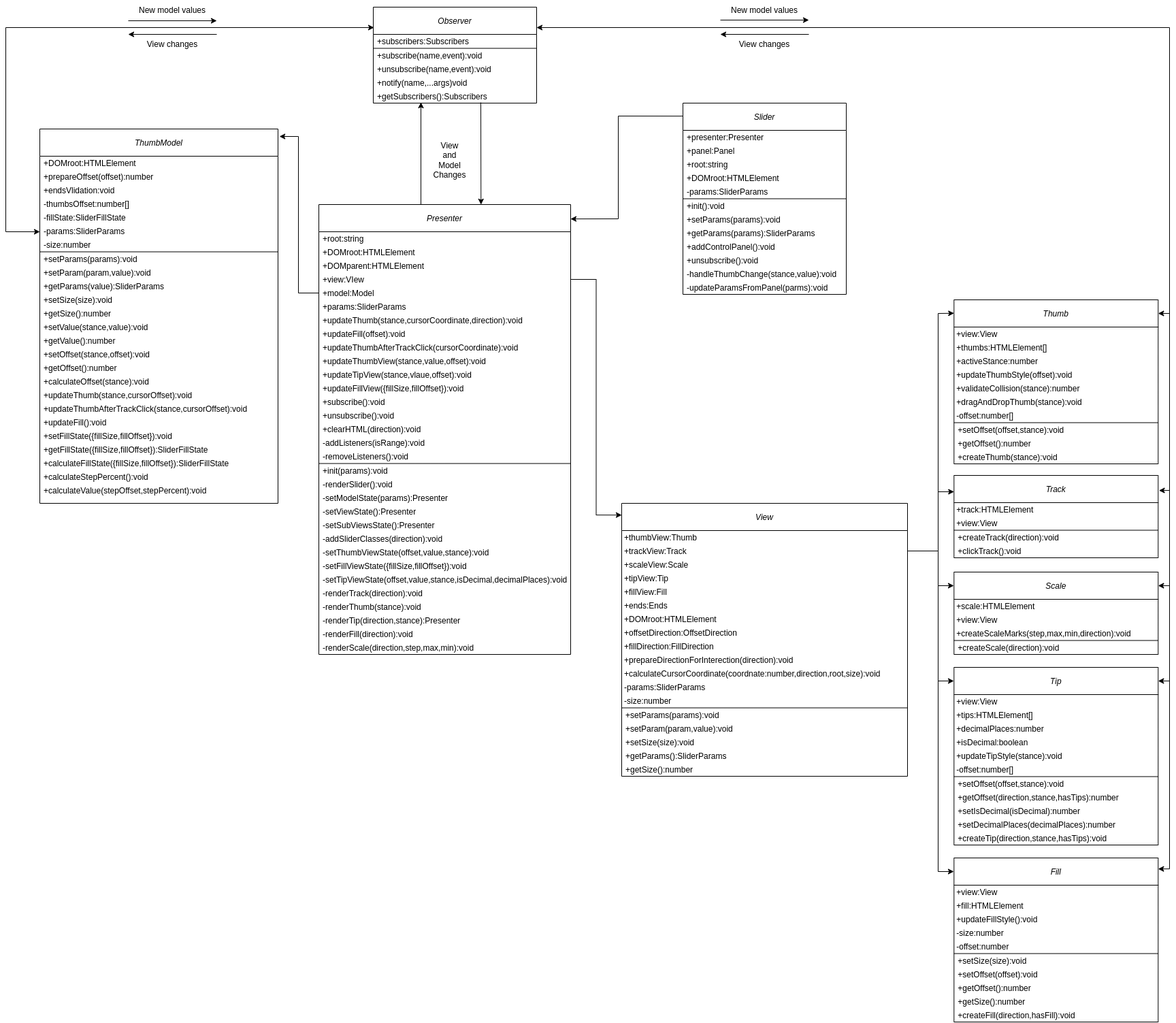
barghest0/slider-plugin keeps this draw.io diagram as uml.png. Above is the earlier version. Source tidied: cells renumbered, new cells last; positions are measured from the earlier drawing's top-left corner, leaving out a move shared by most shapes.
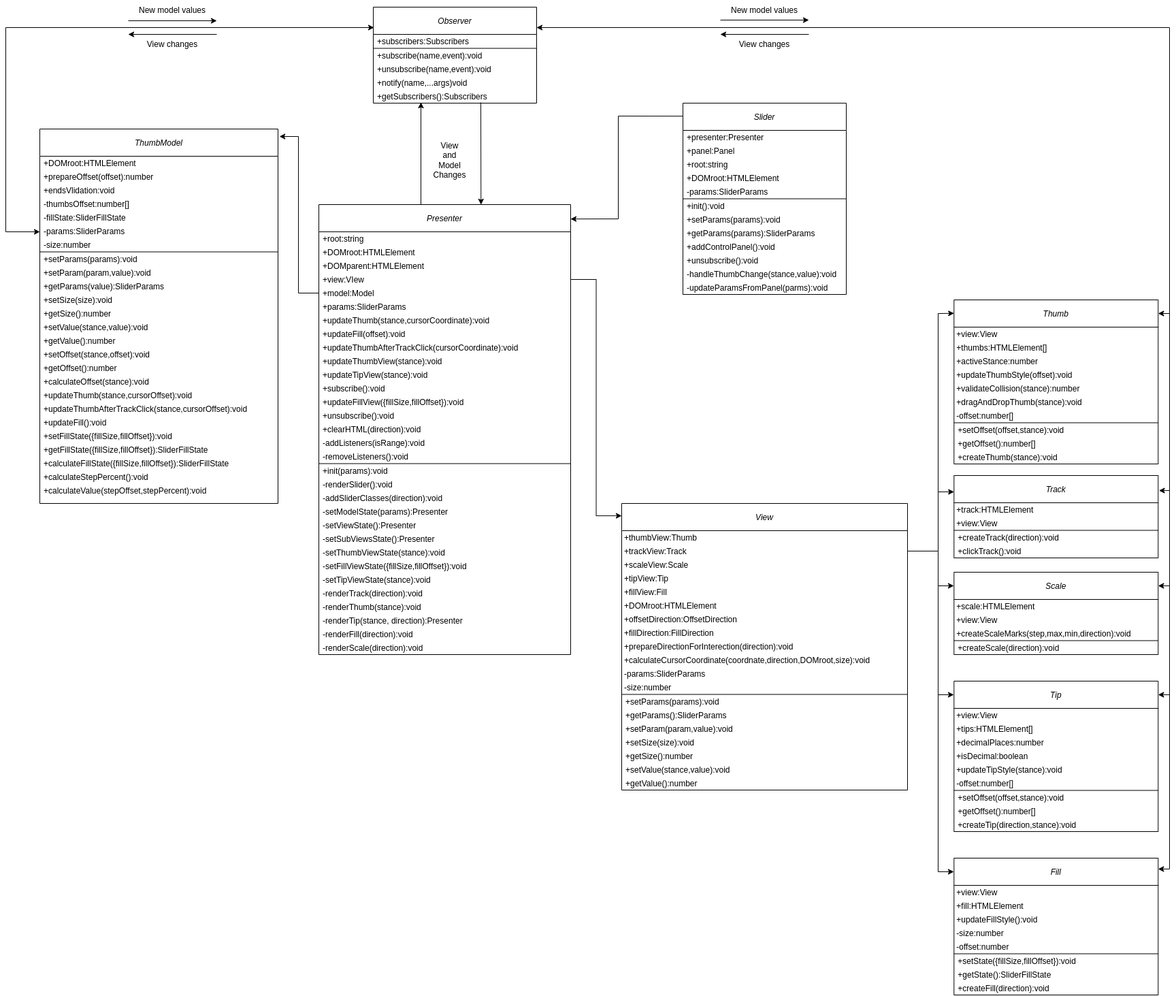
After the commit.

The edit, as a diff of the source:
```diff
@@ -25,3 +25,3 @@
     </mxCell>
-    <mxCell id="9" value="+updateThumb(stance,cursorCoordinate,direction):void" style="text;align=left;verticalAlign=middle;spacingLeft=4;spacingRight=4;overflow=hidden;rounded=0;shadow=0;html=0;" parent="2" vertex="1">
+    <mxCell id="9" value="+updateThumb(stance,cursorCoordinate):void" style="text;align=left;verticalAlign=middle;spacingLeft=4;spacingRight=4;overflow=hidden;rounded=0;shadow=0;html=0;" parent="2" vertex="1">
       <mxGeometry y="160" width="370" height="20" as="geometry" />
@@ -34,14 +34,14 @@
     </mxCell>
-    <mxCell id="12" value="+updateThumbView(stance,value,offset):void" style="text;align=left;verticalAlign=middle;spacingLeft=4;spacingRight=4;overflow=hidden;rounded=0;shadow=0;html=0;" parent="2" vertex="1">
+    <mxCell id="12" value="+updateThumbView(stance):void" style="text;align=left;verticalAlign=middle;spacingLeft=4;spacingRight=4;overflow=hidden;rounded=0;shadow=0;html=0;" parent="2" vertex="1">
       <mxGeometry y="220" width="370" height="20" as="geometry" />
     </mxCell>
-    <mxCell id="13" value="+updateTipView(stance,vlaue,offset):void" style="text;align=left;verticalAlign=middle;spacingLeft=4;spacingRight=4;overflow=hidden;rounded=0;shadow=0;html=0;" parent="2" vertex="1">
+    <mxCell id="13" value="+updateTipView(stance):void" style="text;align=left;verticalAlign=middle;spacingLeft=4;spacingRight=4;overflow=hidden;rounded=0;shadow=0;html=0;" parent="2" vertex="1">
       <mxGeometry y="240" width="370" height="20" as="geometry" />
     </mxCell>
+    <mxCell id="15" value="+subscribe():void" style="text;align=left;verticalAlign=middle;spacingLeft=4;spacingRight=4;overflow=hidden;rounded=0;shadow=0;html=0;" parent="2" vertex="1">
+      <mxGeometry y="260" width="370" height="20" as="geometry" />
+    </mxCell>
     <mxCell id="14" value="+updateFillView({fillSize,fillOffset}):void" style="text;align=left;verticalAlign=middle;spacingLeft=4;spacingRight=4;overflow=hidden;rounded=0;shadow=0;html=0;" parent="2" vertex="1">
-      <mxGeometry y="260" width="370" height="20" as="geometry" />
+      <mxGeometry y="280" width="370" height="20" as="geometry" />
     </mxCell>
-    <mxCell id="15" value="+subscribe():void" style="text;align=left;verticalAlign=middle;spacingLeft=4;spacingRight=4;overflow=hidden;rounded=0;shadow=0;html=0;" parent="2" vertex="1">
-      <mxGeometry y="280" width="370" height="20" as="geometry" />
-    </mxCell>
     <mxCell id="16" value="+unsubscribe():void" style="text;align=left;verticalAlign=middle;spacingLeft=4;spacingRight=4;overflow=hidden;rounded=0;shadow=0;html=0;" parent="2" vertex="1">
@@ -67,15 +67,15 @@
     </mxCell>
+    <mxCell id="26" value="-addSliderClasses(direction):void" style="text;align=left;verticalAlign=middle;spacingLeft=4;spacingRight=4;overflow=hidden;" parent="2" vertex="1">
+      <mxGeometry y="421" width="370" height="20" as="geometry" />
+    </mxCell>
     <mxCell id="23" value="-setModelState(params):Presenter" style="text;align=left;verticalAlign=middle;spacingLeft=4;spacingRight=4;overflow=hidden;" parent="2" vertex="1">
-      <mxGeometry y="421" width="370" height="20" as="geometry" />
+      <mxGeometry y="441" width="370" height="20" as="geometry" />
     </mxCell>
     <mxCell id="24" value="-setViewState():Presenter" style="text;align=left;verticalAlign=middle;spacingLeft=4;spacingRight=4;overflow=hidden;" parent="2" vertex="1">
-      <mxGeometry y="441" width="370" height="20" as="geometry" />
+      <mxGeometry y="461" width="370" height="20" as="geometry" />
     </mxCell>
     <mxCell id="25" value="-setSubViewsState():Presenter" style="text;align=left;verticalAlign=middle;spacingLeft=4;spacingRight=4;overflow=hidden;" parent="2" vertex="1">
-      <mxGeometry y="461" width="370" height="20" as="geometry" />
+      <mxGeometry y="481" width="370" height="20" as="geometry" />
     </mxCell>
-    <mxCell id="26" value="-addSliderClasses(direction):void" style="text;align=left;verticalAlign=middle;spacingLeft=4;spacingRight=4;overflow=hidden;" parent="2" vertex="1">
-      <mxGeometry y="481" width="370" height="20" as="geometry" />
-    </mxCell>
-    <mxCell id="27" value="-setThumbViewState(offset,value,stance):void" style="text;align=left;verticalAlign=middle;spacingLeft=4;spacingRight=4;overflow=hidden;" parent="2" vertex="1">
+    <mxCell id="27" value="-setThumbViewState(stance):void" style="text;align=left;verticalAlign=middle;spacingLeft=4;spacingRight=4;overflow=hidden;" parent="2" vertex="1">
       <mxGeometry y="501" width="370" height="20" as="geometry" />
@@ -85,3 +85,3 @@
     </mxCell>
-    <mxCell id="29" value="-setTipViewState(offset,value,stance,isDecimal,decimalPlaces):void" style="text;align=left;verticalAlign=middle;spacingLeft=4;spacingRight=4;overflow=hidden;" parent="2" vertex="1">
+    <mxCell id="29" value="-setTipViewState(stance):void" style="text;align=left;verticalAlign=middle;spacingLeft=4;spacingRight=4;overflow=hidden;" parent="2" vertex="1">
       <mxGeometry y="541" width="370" height="20" as="geometry" />
@@ -94,3 +94,3 @@
     </mxCell>
-    <mxCell id="32" value="-renderTip(direction,stance):Presenter" style="text;align=left;verticalAlign=middle;spacingLeft=4;spacingRight=4;overflow=hidden;" parent="2" vertex="1">
+    <mxCell id="32" value="-renderTip(stance, direction):Presenter" style="text;align=left;verticalAlign=middle;spacingLeft=4;spacingRight=4;overflow=hidden;" parent="2" vertex="1">
       <mxGeometry y="601" width="370" height="20" as="geometry" />
@@ -100,3 +100,3 @@
     </mxCell>
-    <mxCell id="34" value="-renderScale(direction,step,max,min):void" style="text;align=left;verticalAlign=middle;spacingLeft=4;spacingRight=4;overflow=hidden;" parent="2" vertex="1">
+    <mxCell id="34" value="-renderScale(direction):void" style="text;align=left;verticalAlign=middle;spacingLeft=4;spacingRight=4;overflow=hidden;" parent="2" vertex="1">
       <mxGeometry y="641" width="370" height="20" as="geometry" />
@@ -146,3 +146,3 @@
     <mxCell id="49" value="View" style="swimlane;fontStyle=2;align=center;verticalAlign=middle;horizontal=1;startSize=40;rounded=0;shadow=0;strokeWidth=1;" parent="1" vertex="1">
-      <mxGeometry x="905" y="739" width="420" height="401" as="geometry" />
+      <mxGeometry x="905" y="739" width="420" height="421" as="geometry" />
     </mxCell>
@@ -163,32 +163,32 @@
     </mxCell>
-    <mxCell id="55" value="+ends:Ends" style="text;align=left;verticalAlign=middle;spacingLeft=4;spacingRight=4;overflow=hidden;spacing=0;spacingTop=0;spacingBottom=0;" parent="49" vertex="1">
-      <mxGeometry y="140" width="420" height="20" as="geometry" />
-    </mxCell>
     <mxCell id="56" value="+DOMroot:HTMLElement" style="text;align=left;verticalAlign=middle;spacingLeft=4;spacingRight=4;overflow=hidden;spacing=0;spacingTop=0;spacingBottom=0;" parent="49" vertex="1">
-      <mxGeometry y="160" width="420" height="20" as="geometry" />
+      <mxGeometry y="140" width="420" height="20" as="geometry" />
     </mxCell>
     <mxCell id="57" value="+offsetDirection:OffsetDirection" style="text;align=left;verticalAlign=middle;spacingLeft=4;spacingRight=4;overflow=hidden;spacing=0;spacingTop=0;spacingBottom=0;" parent="49" vertex="1">
-      <mxGeometry y="180" width="420" height="20" as="geometry" />
+      <mxGeometry y="160" width="420" height="20" as="geometry" />
     </mxCell>
     <mxCell id="58" value="+fillDirection:FillDirection" style="text;align=left;verticalAlign=middle;spacingLeft=4;spacingRight=4;overflow=hidden;spacing=0;spacingTop=0;spacingBottom=0;" parent="49" vertex="1">
-      <mxGeometry y="200" width="420" height="20" as="geometry" />
+      <mxGeometry y="180" width="420" height="20" as="geometry" />
     </mxCell>
     <mxCell id="59" value="+prepareDirectionForInterection(direction):void" style="text;align=left;verticalAlign=middle;spacingLeft=4;spacingRight=4;overflow=hidden;spacing=0;spacingTop=0;spacingBottom=0;" parent="49" vertex="1">
-      <mxGeometry y="220" width="420" height="20" as="geometry" />
+      <mxGeometry y="200" width="420" height="20" as="geometry" />
     </mxCell>
-    <mxCell id="60" value="+calculateCursorCoordinate(coordnate:number,direction,root,size):void" style="text;align=left;verticalAlign=middle;spacingLeft=4;spacingRight=4;overflow=hidden;spacing=0;spacingTop=0;spacingBottom=0;" parent="49" vertex="1">
-      <mxGeometry y="240" width="420" height="20" as="geometry" />
+    <mxCell id="60" value="+calculateCursorCoordinate(coordnate,direction,DOMroot,size):void" style="text;align=left;verticalAlign=middle;spacingLeft=4;spacingRight=4;overflow=hidden;spacing=0;spacingTop=0;spacingBottom=0;" parent="49" vertex="1">
+      <mxGeometry y="220" width="420" height="20" as="geometry" />
     </mxCell>
     <mxCell id="61" value="-params:SliderParams" style="text;align=left;verticalAlign=middle;spacingLeft=4;spacingRight=4;overflow=hidden;spacing=0;spacingTop=0;spacingBottom=0;" parent="49" vertex="1">
-      <mxGeometry y="260" width="420" height="20" as="geometry" />
+      <mxGeometry y="240" width="420" height="20" as="geometry" />
     </mxCell>
     <mxCell id="62" value="-size:number" style="text;align=left;verticalAlign=middle;spacingLeft=4;spacingRight=4;overflow=hidden;spacing=0;spacingTop=0;spacingBottom=0;" parent="49" vertex="1">
-      <mxGeometry y="280" width="420" height="20" as="geometry" />
+      <mxGeometry y="260" width="420" height="20" as="geometry" />
     </mxCell>
     <mxCell id="63" style="line;html=1;strokeWidth=1;align=left;verticalAlign=middle;spacingTop=-1;spacingLeft=3;spacingRight=3;labelPosition=right;" parent="49" vertex="1">
-      <mxGeometry y="300" width="420" height="1" as="geometry" />
+      <mxGeometry y="280" width="420" height="1" as="geometry" />
     </mxCell>
     <mxCell id="64" value="+setParams(params):void" style="text;align=left;verticalAlign=middle;spacingLeft=4;spacingRight=4;overflow=hidden;" parent="49" vertex="1">
-      <mxGeometry y="301" width="420" height="20" as="geometry" />
+      <mxGeometry y="281" width="420" height="20" as="geometry" />
     </mxCell>
+    <mxCell id="67" value="+getParams():SliderParams" style="text;align=left;verticalAlign=middle;spacingLeft=4;spacingRight=4;overflow=hidden;" parent="49" vertex="1">
+      <mxGeometry y="301" width="420" height="20" as="geometry" />
+    </mxCell>
     <mxCell id="65" value="+setParam(param,value):void" style="text;align=left;verticalAlign=middle;spacingLeft=4;spacingRight=4;overflow=hidden;" parent="49" vertex="1">
@@ -199,10 +199,13 @@
     </mxCell>
-    <mxCell id="67" value="+getParams():SliderParams" style="text;align=left;verticalAlign=middle;spacingLeft=4;spacingRight=4;overflow=hidden;" parent="49" vertex="1">
-      <mxGeometry y="361" width="420" height="20" as="geometry" />
-    </mxCell>
     <mxCell id="68" value="+getSize():number" style="text;align=left;verticalAlign=middle;spacingLeft=4;spacingRight=4;overflow=hidden;" parent="49" vertex="1">
-      <mxGeometry y="381" width="420" height="20" as="geometry" />
+      <mxGeometry y="361" width="420" height="20" as="geometry" />
     </mxCell>
+    <mxCell id="179" value="+setValue(stance,value):void" style="text;align=left;verticalAlign=middle;spacingLeft=4;spacingRight=4;overflow=hidden;" parent="49" vertex="1">
+      <mxGeometry y="381" width="420" height="20" as="geometry" />
+    </mxCell>
+    <mxCell id="180" value="+getValue():number" style="text;align=left;verticalAlign=middle;spacingLeft=4;spacingRight=4;overflow=hidden;" parent="49" vertex="1">
+      <mxGeometry y="401" width="420" height="20" as="geometry" />
+    </mxCell>
     <mxCell id="69" value="Fill" style="swimlane;fontStyle=2;align=center;verticalAlign=middle;horizontal=1;startSize=40;rounded=0;shadow=0;strokeWidth=1;" parent="1" vertex="1">
-      <mxGeometry x="1393.3" y="1260" width="300" height="241" as="geometry" />
+      <mxGeometry x="1393.3" y="1260" width="300" height="201" as="geometry" />
     </mxCell>
@@ -226,16 +229,10 @@
     </mxCell>
-    <mxCell id="76" value="+setSize(size):void" style="text;align=left;verticalAlign=middle;spacingLeft=4;spacingRight=4;overflow=hidden;" parent="69" vertex="1">
+    <mxCell id="76" value="+setState({fillSize,fillOffset}):void" style="text;align=left;verticalAlign=middle;spacingLeft=4;spacingRight=4;overflow=hidden;" parent="69" vertex="1">
       <mxGeometry y="141" width="300" height="20" as="geometry" />
     </mxCell>
-    <mxCell id="77" value="+setOffset(offset):void" style="text;align=left;verticalAlign=middle;spacingLeft=4;spacingRight=4;overflow=hidden;" parent="69" vertex="1">
+    <mxCell id="77" value="+getState():SliderFillState" style="text;align=left;verticalAlign=middle;spacingLeft=4;spacingRight=4;overflow=hidden;" parent="69" vertex="1">
       <mxGeometry y="161" width="300" height="20" as="geometry" />
     </mxCell>
-    <mxCell id="78" value="+getOffset():number" style="text;align=left;verticalAlign=middle;spacingLeft=4;spacingRight=4;overflow=hidden;" parent="69" vertex="1">
-      <mxGeometry y="181" width="300" height="20" as="geometry" />
-    </mxCell>
-    <mxCell id="79" value="+getSize():number" style="text;align=left;verticalAlign=middle;spacingLeft=4;spacingRight=4;overflow=hidden;" parent="69" vertex="1">
-      <mxGeometry y="201" width="300" height="20" as="geometry" />
-    </mxCell>
-    <mxCell id="80" value="+createFill(direction,hasFill):void" style="text;align=left;verticalAlign=middle;spacingLeft=4;spacingRight=4;overflow=hidden;" parent="69" vertex="1">
-      <mxGeometry y="221" width="300" height="20" as="geometry" />
+    <mxCell id="80" value="+createFill(direction):void" style="text;align=left;verticalAlign=middle;spacingLeft=4;spacingRight=4;overflow=hidden;" parent="69" vertex="1">
+      <mxGeometry y="181" width="300" height="20" as="geometry" />
     </mxCell>
@@ -289,3 +286,3 @@
     </mxCell>
-    <mxCell id="97" value="+getOffset():number" style="text;align=left;verticalAlign=middle;spacingLeft=4;spacingRight=4;overflow=hidden;" parent="87" vertex="1">
+    <mxCell id="97" value="+getOffset():number[]" style="text;align=left;verticalAlign=middle;spacingLeft=4;spacingRight=4;overflow=hidden;" parent="87" vertex="1">
       <mxGeometry y="201" width="300" height="20" as="geometry" />
@@ -296,3 +293,3 @@
     <mxCell id="99" value="Tip" style="swimlane;fontStyle=2;align=center;verticalAlign=middle;horizontal=1;startSize=40;rounded=0;shadow=0;strokeWidth=1;" parent="1" vertex="1">
-      <mxGeometry x="1393.3" y="980" width="300" height="261" as="geometry" />
+      <mxGeometry x="1393.3" y="1000" width="300" height="221" as="geometry" />
     </mxCell>
@@ -322,13 +319,7 @@
     </mxCell>
-    <mxCell id="108" value="+getOffset(direction,stance,hasTips):number" style="text;align=left;verticalAlign=middle;spacingLeft=4;spacingRight=4;overflow=hidden;" parent="99" vertex="1">
+    <mxCell id="108" value="+getOffset():number[]" style="text;align=left;verticalAlign=middle;spacingLeft=4;spacingRight=4;overflow=hidden;" parent="99" vertex="1">
       <mxGeometry y="181" width="300" height="20" as="geometry" />
     </mxCell>
-    <mxCell id="109" value="+setIsDecimal(isDecimal):number" style="text;align=left;verticalAlign=middle;spacingLeft=4;spacingRight=4;overflow=hidden;" parent="99" vertex="1">
-      <mxGeometry y="201" width="300" height="20" as="geometry" />
-    </mxCell>
-    <mxCell id="110" value="+setDecimalPlaces(decimalPlaces):number" style="text;align=left;verticalAlign=middle;spacingLeft=4;spacingRight=4;overflow=hidden;" parent="99" vertex="1">
-      <mxGeometry y="221" width="300" height="20" as="geometry" />
-    </mxCell>
-    <mxCell id="111" value="+createTip(direction,stance,hasTips):void" style="text;align=left;verticalAlign=middle;spacingLeft=4;spacingRight=4;overflow=hidden;" parent="99" vertex="1">
-      <mxGeometry y="241" width="300" height="20" as="geometry" />
+    <mxCell id="111" value="+createTip(direction,stance):void" style="text;align=left;verticalAlign=middle;spacingLeft=4;spacingRight=4;overflow=hidden;" parent="99" vertex="1">
+      <mxGeometry y="201" width="300" height="20" as="geometry" />
     </mxCell>
@@ -352,3 +343,3 @@
     </mxCell>
-    <mxCell id="118" style="edgeStyle=orthogonalEdgeStyle;rounded=0;jettySize=auto;html=1;fontSize=12;entryX=1;entryY=0.067;entryDx=0;entryDy=0;entryPerimeter=0;strokeColor=default;endArrow=classic;endFill=1;startArrow=classic;startFill=1;" parent="1" edge="1" target="69">
+    <mxCell id="118" style="edgeStyle=orthogonalEdgeStyle;rounded=0;jettySize=auto;html=1;fontSize=12;strokeColor=default;endArrow=classic;endFill=1;startArrow=classic;startFill=1;" parent="1" edge="1" target="69">
       <mxGeometry relative="1" as="geometry">
@@ -474,4 +465,4 @@
       <mxGeometry relative="1" as="geometry">
-        <mxPoint x="1710" y="1000" as="sourcePoint" />
-        <mxPoint x="1693.3" y="1000" as="targetPoint" />
+        <mxPoint x="1710" y="1020" as="sourcePoint" />
+        <mxPoint x="1693.3" y="1020" as="targetPoint" />
       </mxGeometry>
@@ -594,6 +585,6 @@
       <mxGeometry relative="1" as="geometry">
-        <mxPoint x="1370" y="1000" as="sourcePoint" />
-        <mxPoint x="1393.3" y="1000.4" as="targetPoint" />
+        <mxPoint x="1370" y="1020" as="sourcePoint" />
+        <mxPoint x="1393.3" y="1020.4" as="targetPoint" />
         <Array as="points">
-          <mxPoint x="1393" y="1000" />
+          <mxPoint x="1393" y="1020" />
         </Array>
```
